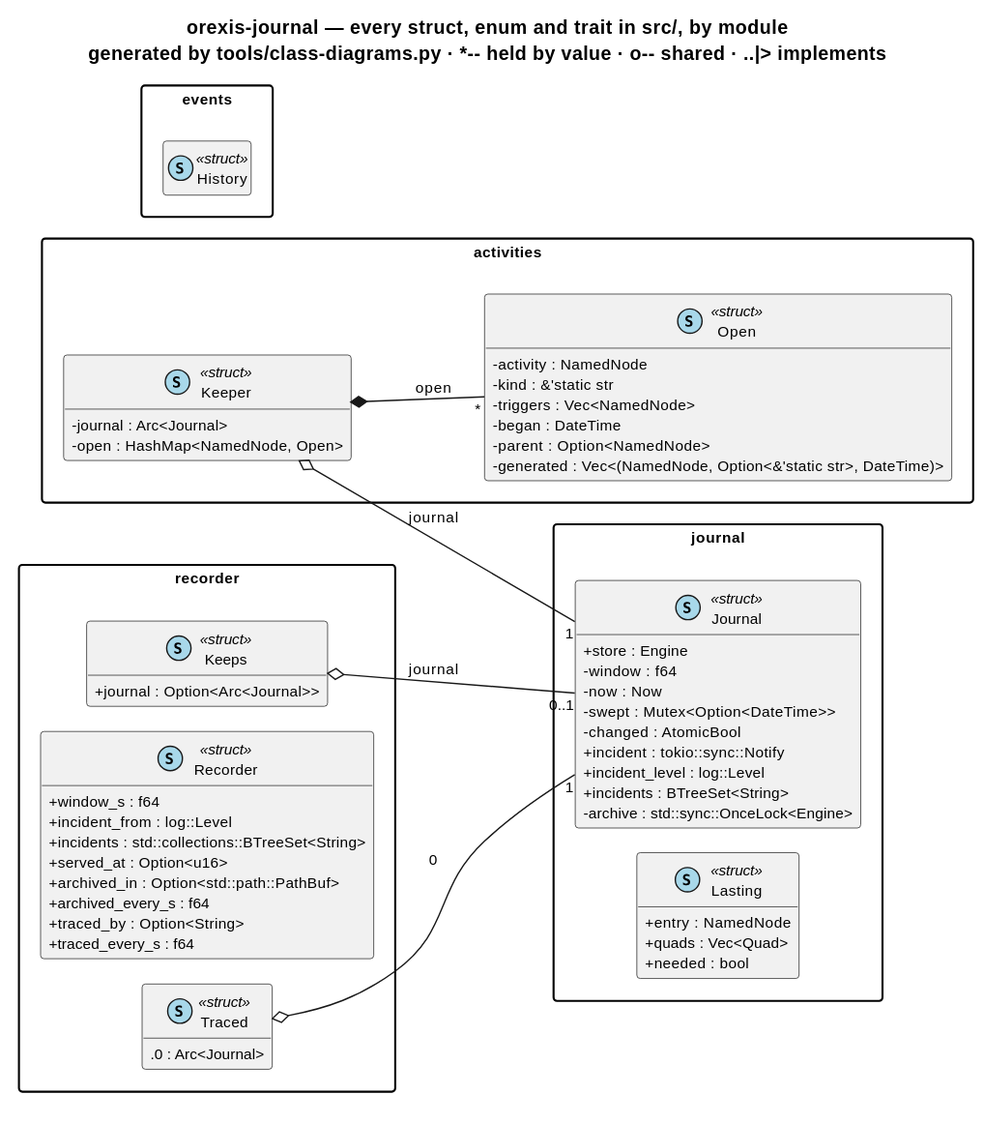
Before: knowledge/diagrams/package-orexis-journal.svg, a diagram exported from PlantUML (ShishkinDmitriy/orexis). Source of this version:
```plantuml
@startuml
!pragma layout smetana
title orexis-journal — every struct, enum and trait in src/, by module\ngenerated by tools/class-diagrams.py · ~*~-~- held by value · o~-~- shared · ..|> implements
skinparam shadowing false
skinparam classAttributeIconSize 0
skinparam defaultFontSize 11
skinparam packageStyle rectangle
hide empty members
left to right direction

package "activities" {
  class "Keeper" as orexis_journal__activities__Keeper << (S,#A8D8EA) struct >> {
    {field} -journal : Arc<Journal>
    {field} -open : HashMap<NamedNode, Open>
  }
  class "Open" as orexis_journal__activities__Open << (S,#A8D8EA) struct >> {
    {field} -activity : NamedNode
    {field} -kind : &'static str
    {field} -triggers : Vec<NamedNode>
    {field} -began : DateTime
    {field} -parent : Option<NamedNode>
    {field} -generated : Vec<(NamedNode, Option<&'static str>, DateTime)>
  }
}
package "events" {
  class "History" as orexis_journal__events__History << (S,#A8D8EA) struct >> {
  }
}
package "journal" {
  class "Journal" as orexis_journal__journal__Journal << (S,#A8D8EA) struct >> {
    {field} +store : Engine
    {field} -window : f64
    {field} -now : Now
    {field} -swept : Mutex<Option<DateTime>>
    {field} -changed : AtomicBool
    {field} +incident : tokio::sync::Notify
    {field} +incident_level : log::Level
    {field} +incidents : BTreeSet<String>
    {field} -archive : std::sync::OnceLock<Engine>
  }
  class "Lasting" as orexis_journal__journal__Lasting << (S,#A8D8EA) struct >> {
    {field} +entry : NamedNode
    {field} +quads : Vec<Quad>
    {field} +needed : bool
  }
}
package "recorder" {
  class "Keeps" as orexis_journal__recorder__Keeps << (S,#A8D8EA) struct >> {
    {field} +journal : Option<Arc<Journal>>
  }
  class "Recorder" as orexis_journal__recorder__Recorder << (S,#A8D8EA) struct >> {
    {field} +window_s : f64
    {field} +incident_from : log::Level
    {field} +incidents : std::collections::BTreeSet<String>
    {field} +served_at : Option<u16>
    {field} +archived_in : Option<std::path::PathBuf>
    {field} +archived_every_s : f64
    {field} +traced_by : Option<String>
    {field} +traced_every_s : f64
  }
  class "Traced" as orexis_journal__recorder__Traced << (S,#A8D8EA) struct >> {
    {field} .0 : Arc<Journal>
  }
}


orexis_journal__activities__Keeper o-- "1" orexis_journal__journal__Journal : journal
orexis_journal__activities__Keeper *-- "*" orexis_journal__activities__Open : open
orexis_journal__recorder__Keeps o-- "0..1" orexis_journal__journal__Journal : journal
orexis_journal__recorder__Traced o-- "1" orexis_journal__journal__Journal : 0
@enduml
```
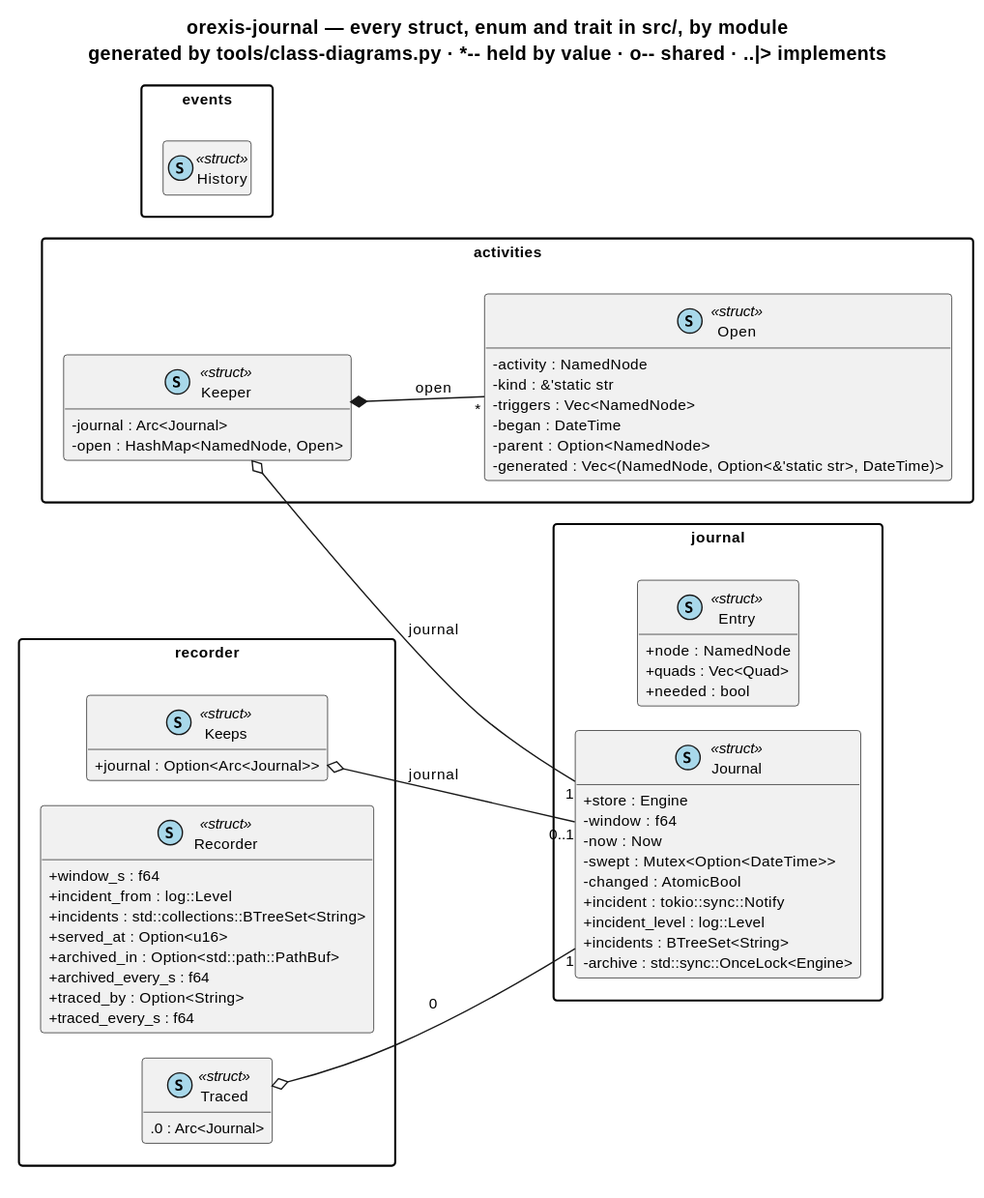
Later version of the same file.

What changed in the source:
```diff
@@ -27,6 +27,11 @@
   }
 }
 package "journal" {
+  class "Entry" as orexis_journal__journal__Entry << (S,#A8D8EA) struct >> {
+    {field} +node : NamedNode
+    {field} +quads : Vec<Quad>
+    {field} +needed : bool
+  }
   class "Journal" as orexis_journal__journal__Journal << (S,#A8D8EA) struct >> {
     {field} +store : Engine
     {field} -window : f64
@@ -37,11 +42,6 @@
     {field} +incident_level : log::Level
     {field} +incidents : BTreeSet<String>
     {field} -archive : std::sync::OnceLock<Engine>
-  }
-  class "Lasting" as orexis_journal__journal__Lasting << (S,#A8D8EA) struct >> {
-    {field} +entry : NamedNode
-    {field} +quads : Vec<Quad>
-    {field} +needed : bool
   }
 }
 package "recorder" {
```
